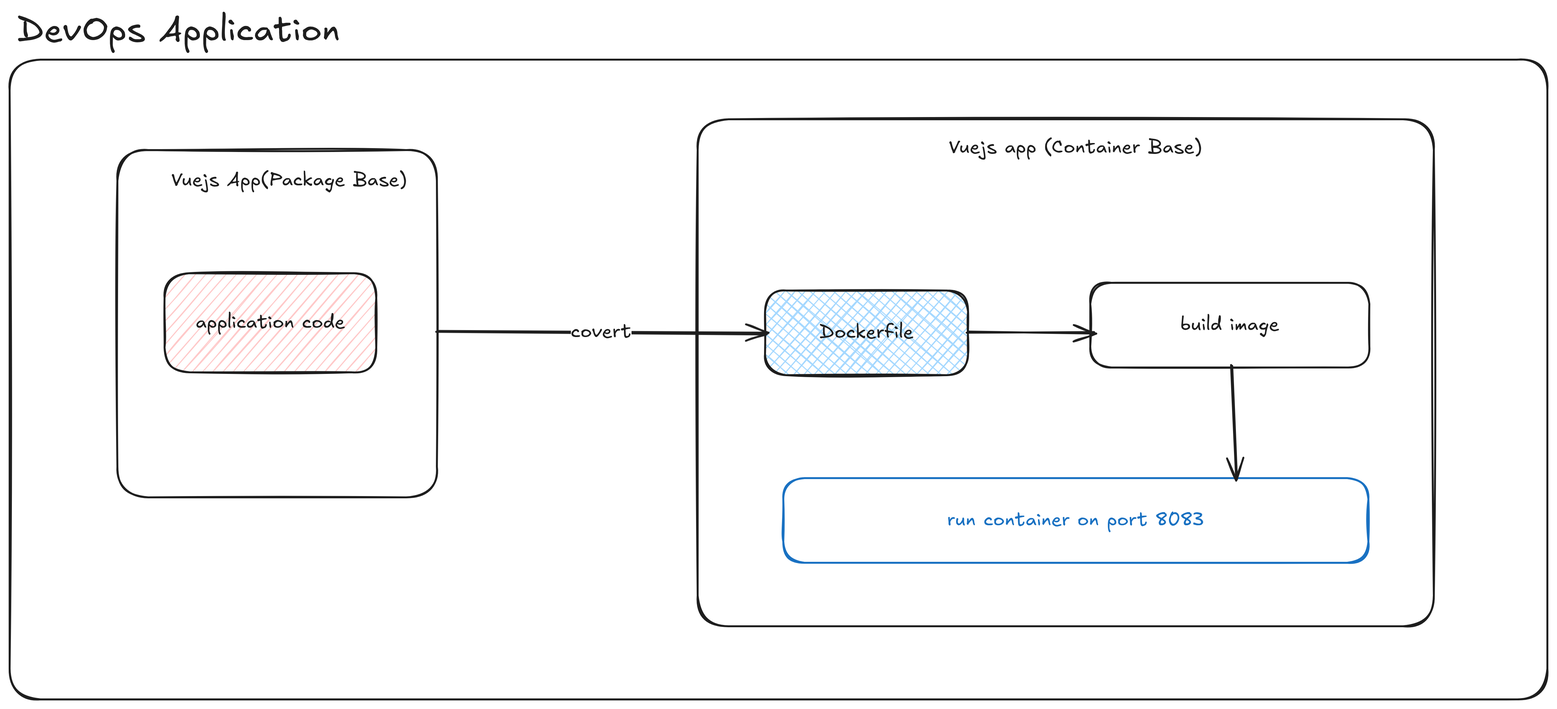
Earlier version of the Excalidraw export public/vuejsapp.png (OmdaMukhtar/vuecontainer). Source tidied: one line per element, renumbered; positions are measured from the earlier drawing's top-left corner, leaving out a move shared by most shapes. The source it was exported from:
```json
{"id": 0, "type": "rectangle", "strokeColor": "#1e1e1e", "backgroundColor": "#ffc9c9", "fillStyle": "hachure", "strokeWidth": 2, "roughness": 1, "round": true, "x": 161, "y": 274, "width": 220, "height": 103}
{"id": 1, "type": "text", "text": "application code", "strokeColor": "#1e1e1e", "strokeWidth": 2, "roughness": 1, "fontSize": 20, "fontFamily": 5, "textAlign": "center", "verticalAlign": "middle", "inside": 0, "x": 193, "y": 313, "width": 155, "height": 25}
{"id": 2, "type": "rectangle", "strokeColor": "#1e1e1e", "strokeWidth": 2, "roughness": 1, "round": true, "x": 112, "y": 146, "width": 332, "height": 361}
{"id": 3, "type": "text", "text": "Vuejs App(Package Base)", "strokeColor": "#1e1e1e", "strokeWidth": 2, "roughness": 1, "fontSize": 20, "fontFamily": 5, "x": 168, "y": 165, "width": 245, "height": 25}
{"id": 4, "type": "rectangle", "strokeColor": "#1e1e1e", "backgroundColor": "#a5d8ff", "fillStyle": "cross-hatch", "strokeWidth": 2, "roughness": 1, "round": true, "x": 785, "y": 292, "width": 211, "height": 88}
{"id": 5, "type": "text", "text": "Dockerfile", "strokeColor": "#1e1e1e", "strokeWidth": 2, "roughness": 1, "fontSize": 20, "fontFamily": 5, "textAlign": "center", "verticalAlign": "middle", "inside": 4, "x": 842, "y": 324, "width": 98, "height": 25}
{"id": 6, "type": "arrow", "strokeColor": "#1e1e1e", "strokeWidth": 2, "roughness": 1, "endArrowhead": "arrow", "round": true, "from": 2, "to": 4, "x": 443, "y": 334, "width": 343, "height": 2, "points": [[0, 0], [343, 2]]}
{"id": 7, "type": "text", "text": "covert", "strokeColor": "#1e1e1e", "strokeWidth": 2, "roughness": 1, "fontSize": 20, "fontFamily": 5, "textAlign": "center", "verticalAlign": "middle", "inside": 6, "x": 588, "y": 321, "width": 63, "height": 25}
{"id": 8, "type": "rectangle", "strokeColor": "#1e1e1e", "strokeWidth": 2, "roughness": 1, "round": true, "x": 1123, "y": 284, "width": 290, "height": 88}
{"id": 9, "type": "text", "text": "build image", "strokeColor": "#1e1e1e", "strokeWidth": 2, "roughness": 1, "fontSize": 20, "fontFamily": 5, "textAlign": "center", "verticalAlign": "middle", "inside": 8, "x": 1216, "y": 316, "width": 103, "height": 25}
{"id": 10, "type": "rectangle", "strokeColor": "#1971c2", "strokeWidth": 2, "roughness": 1, "round": true, "x": 804, "y": 487, "width": 608, "height": 88}
{"id": 11, "type": "text", "text": "run container on port 8083", "strokeColor": "#1971c2", "strokeWidth": 2, "roughness": 1, "fontSize": 20, "fontFamily": 5, "textAlign": "center", "verticalAlign": "middle", "inside": 10, "x": 974, "y": 518, "width": 267, "height": 25}
{"id": 12, "type": "rectangle", "strokeColor": "#1e1e1e", "strokeWidth": 2, "roughness": 1, "round": true, "x": 715, "y": 114, "width": 765, "height": 527}
{"id": 13, "type": "arrow", "strokeColor": "#1e1e1e", "strokeWidth": 2, "roughness": 1, "endArrowhead": "arrow", "round": true, "from": 8, "to": 10, "x": 1270, "y": 370, "width": 5, "height": 119, "points": [[0, 0], [5, 119]]}
{"id": 14, "type": "arrow", "strokeColor": "#1e1e1e", "strokeWidth": 2, "roughness": 1, "endArrowhead": "arrow", "round": true, "from": 4, "to": 8, "x": 995, "y": 336, "width": 133, "height": 1, "points": [[0, 0], [133, -1]]}
{"id": 15, "type": "text", "text": "Vuejs app (Container Base)", "strokeColor": "#1e1e1e", "strokeWidth": 2, "roughness": 1, "fontSize": 20, "fontFamily": 5, "x": 976, "y": 131, "width": 263, "height": 25}
{"id": 16, "type": "rectangle", "strokeColor": "#1e1e1e", "strokeWidth": 2, "roughness": 1, "round": true, "x": 0, "y": 52, "width": 1598, "height": 665}
{"id": 17, "type": "text", "text": "DevOps Application", "strokeColor": "#1e1e1e", "strokeWidth": 2, "roughness": 1, "fontSize": 36, "fontFamily": 5, "x": 8, "y": 0, "width": 382, "height": 45}
```
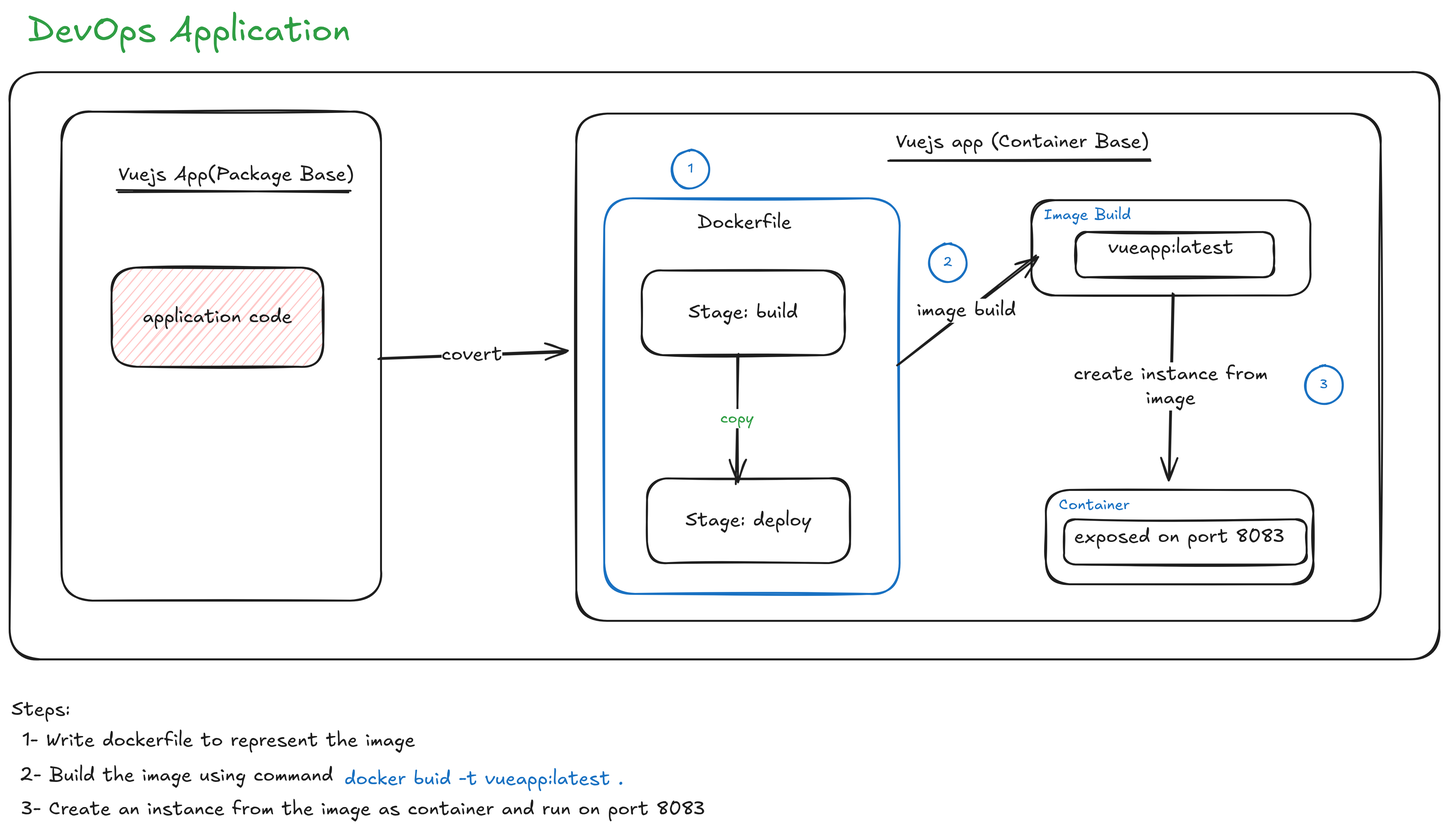
After the change.

Commit message:
change(diagram): update diagram to be more clear by adding intermediate layer for the docker image

What changed in the source:
```diff
@@ -1,18 +1,43 @@
 {"id": 0, "type": "rectangle", "strokeColor": "#1e1e1e", "backgroundColor": "#ffc9c9", "fillStyle": "hachure", "strokeWidth": 2, "roughness": 1, "round": true, "x": 161, "y": 274, "width": 220, "height": 103}
 {"id": 1, "type": "text", "text": "application code", "strokeColor": "#1e1e1e", "strokeWidth": 2, "roughness": 1, "fontSize": 20, "fontFamily": 5, "textAlign": "center", "verticalAlign": "middle", "inside": 0, "x": 193, "y": 313, "width": 155, "height": 25}
-{"id": 2, "type": "rectangle", "strokeColor": "#1e1e1e", "strokeWidth": 2, "roughness": 1, "round": true, "x": 112, "y": 146, "width": 332, "height": 361}
+{"id": 2, "type": "rectangle", "strokeColor": "#1e1e1e", "strokeWidth": 2, "roughness": 1, "round": true, "x": 109, "y": 112, "width": 332, "height": 508}
 {"id": 3, "type": "text", "text": "Vuejs App(Package Base)", "strokeColor": "#1e1e1e", "strokeWidth": 2, "roughness": 1, "fontSize": 20, "fontFamily": 5, "x": 168, "y": 165, "width": 245, "height": 25}
-{"id": 4, "type": "rectangle", "strokeColor": "#1e1e1e", "backgroundColor": "#a5d8ff", "fillStyle": "cross-hatch", "strokeWidth": 2, "roughness": 1, "round": true, "x": 785, "y": 292, "width": 211, "height": 88}
+{"id": 4, "type": "rectangle", "strokeColor": "#1e1e1e", "strokeWidth": 2, "roughness": 1, "round": true, "x": 712, "y": 277, "width": 211, "height": 88}
-{"id": 5, "type": "text", "text": "Dockerfile", "strokeColor": "#1e1e1e", "strokeWidth": 2, "roughness": 1, "fontSize": 20, "fontFamily": 5, "textAlign": "center", "verticalAlign": "middle", "inside": 4, "x": 842, "y": 324, "width": 98, "height": 25}
+{"id": 5, "type": "text", "text": "Stage: build", "strokeColor": "#1e1e1e", "strokeWidth": 2, "roughness": 1, "fontSize": 20, "fontFamily": 5, "textAlign": "center", "verticalAlign": "middle", "inside": 4, "x": 761, "y": 308, "width": 114, "height": 25}
-{"id": 6, "type": "arrow", "strokeColor": "#1e1e1e", "strokeWidth": 2, "roughness": 1, "endArrowhead": "arrow", "round": true, "from": 2, "to": 4, "x": 443, "y": 334, "width": 343, "height": 2, "points": [[0, 0], [343, 2]]}
 {"id": 7, "type": "text", "text": "covert", "strokeColor": "#1e1e1e", "strokeWidth": 2, "roughness": 1, "fontSize": 20, "fontFamily": 5, "textAlign": "center", "verticalAlign": "middle", "inside": 6, "x": 588, "y": 321, "width": 63, "height": 25}
-{"id": 8, "type": "rectangle", "strokeColor": "#1e1e1e", "strokeWidth": 2, "roughness": 1, "round": true, "x": 1123, "y": 284, "width": 290, "height": 88}
+{"id": 8, "type": "rectangle", "strokeColor": "#1e1e1e", "strokeWidth": 2, "roughness": 1, "round": true, "x": 1117, "y": 204, "width": 290, "height": 99}
-{"id": 9, "type": "text", "text": "build image", "strokeColor": "#1e1e1e", "strokeWidth": 2, "roughness": 1, "fontSize": 20, "fontFamily": 5, "textAlign": "center", "verticalAlign": "middle", "inside": 8, "x": 1216, "y": 316, "width": 103, "height": 25}
+{"id": 9, "type": "text", "text": "vueapp:latest", "strokeColor": "#1e1e1e", "strokeWidth": 2, "roughness": 1, "fontSize": 20, "fontFamily": 5, "textAlign": "center", "verticalAlign": "middle", "inside": 8, "x": 1197, "y": 241, "width": 130, "height": 25}
-{"id": 10, "type": "rectangle", "strokeColor": "#1971c2", "strokeWidth": 2, "roughness": 1, "round": true, "x": 804, "y": 487, "width": 608, "height": 88}
+{"id": 10, "type": "rectangle", "strokeColor": "#1e1e1e", "strokeWidth": 2, "roughness": 1, "round": true, "x": 1132, "y": 505, "width": 278, "height": 98}
-{"id": 11, "type": "text", "text": "run container on port 8083", "strokeColor": "#1971c2", "strokeWidth": 2, "roughness": 1, "fontSize": 20, "fontFamily": 5, "textAlign": "center", "verticalAlign": "middle", "inside": 10, "x": 974, "y": 518, "width": 267, "height": 25}
+{"id": 11, "type": "text", "text": "exposed on port 8083", "strokeColor": "#1e1e1e", "strokeWidth": 2, "roughness": 1, "fontSize": 20, "fontFamily": 5, "textAlign": "center", "verticalAlign": "middle", "inside": 10, "x": 1161, "y": 542, "width": 219, "height": 25}
-{"id": 12, "type": "rectangle", "strokeColor": "#1e1e1e", "strokeWidth": 2, "roughness": 1, "round": true, "x": 715, "y": 114, "width": 765, "height": 527}
+{"id": 12, "type": "rectangle", "strokeColor": "#1e1e1e", "strokeWidth": 2, "roughness": 1, "round": true, "x": 644, "y": 114, "width": 836, "height": 527}
-{"id": 13, "type": "arrow", "strokeColor": "#1e1e1e", "strokeWidth": 2, "roughness": 1, "endArrowhead": "arrow", "round": true, "from": 8, "to": 10, "x": 1270, "y": 370, "width": 5, "height": 119, "points": [[0, 0], [5, 119]]}
+{"id": 13, "type": "arrow", "strokeColor": "#1e1e1e", "strokeWidth": 2, "roughness": 1, "endArrowhead": "arrow", "round": true, "from": 8, "to": 10, "x": 1264, "y": 301, "width": 4, "height": 193, "points": [[0, 0], [-4, 193]]}
-{"id": 14, "type": "arrow", "strokeColor": "#1e1e1e", "strokeWidth": 2, "roughness": 1, "endArrowhead": "arrow", "round": true, "from": 4, "to": 8, "x": 995, "y": 336, "width": 133, "height": 1, "points": [[0, 0], [133, -1]]}
+{"id": 18, "type": "text", "text": "create instance from\nimage", "strokeColor": "#1e1e1e", "strokeWidth": 2, "roughness": 1, "fontSize": 20, "fontFamily": 5, "textAlign": "center", "verticalAlign": "middle", "inside": 13, "x": 1163, "y": 373, "width": 202, "height": 50}
 {"id": 15, "type": "text", "text": "Vuejs app (Container Base)", "strokeColor": "#1e1e1e", "strokeWidth": 2, "roughness": 1, "fontSize": 20, "fontFamily": 5, "x": 976, "y": 131, "width": 263, "height": 25}
-{"id": 16, "type": "rectangle", "strokeColor": "#1e1e1e", "strokeWidth": 2, "roughness": 1, "round": true, "x": 0, "y": 52, "width": 1598, "height": 665}
+{"id": 16, "type": "rectangle", "strokeColor": "#1e1e1e", "strokeWidth": 2, "roughness": 1, "round": true, "x": 55, "y": 71, "width": 1486, "height": 610}
-{"id": 17, "type": "text", "text": "DevOps Application", "strokeColor": "#1e1e1e", "strokeWidth": 2, "roughness": 1, "fontSize": 36, "fontFamily": 5, "x": 8, "y": 0, "width": 382, "height": 45}
+{"id": 17, "type": "text", "text": "DevOps Application", "strokeColor": "#2f9e44", "strokeWidth": 2, "roughness": 1, "fontSize": 36, "fontFamily": 5, "x": 74, "y": 6, "width": 382, "height": 45}
+{"id": 19, "type": "rectangle", "strokeColor": "#1971c2", "strokeWidth": 2, "roughness": 1, "round": true, "x": 673, "y": 202, "width": 307, "height": 411}
+{"id": 6, "type": "arrow", "strokeColor": "#1e1e1e", "strokeWidth": 2, "roughness": 1, "endArrowhead": "arrow", "round": true, "from": 2, "to": 12, "x": 438, "y": 368, "width": 195, "height": 7, "points": [[0, 0], [195, -7]]}
+{"id": 14, "type": "arrow", "strokeColor": "#1e1e1e", "strokeWidth": 2, "roughness": 1, "endArrowhead": "arrow", "round": true, "from": 19, "to": 8, "x": 977, "y": 376, "width": 145, "height": 115, "points": [[0, 0], [145, -115]]}
+{"id": 20, "type": "text", "text": "image build", "strokeColor": "#1e1e1e", "strokeWidth": 2, "roughness": 1, "fontSize": 20, "fontFamily": 5, "textAlign": "center", "verticalAlign": "middle", "inside": 14, "x": 998, "y": 306, "width": 103, "height": 25}
+{"id": 21, "type": "text", "text": "Dockerfile", "strokeColor": "#1e1e1e", "strokeWidth": 2, "roughness": 1, "fontSize": 20, "fontFamily": 5, "x": 770, "y": 215, "width": 98, "height": 25}
+{"id": 22, "type": "rectangle", "strokeColor": "#1e1e1e", "strokeWidth": 2, "roughness": 1, "round": true, "x": 718, "y": 493, "width": 211, "height": 88}
+{"id": 23, "type": "text", "text": "Stage: deploy", "strokeColor": "#1e1e1e", "strokeWidth": 2, "roughness": 1, "fontSize": 20, "fontFamily": 5, "textAlign": "center", "verticalAlign": "middle", "inside": 22, "x": 758, "y": 524, "width": 131, "height": 25}
+{"id": 24, "type": "ellipse", "strokeColor": "#1971c2", "strokeWidth": 2, "roughness": 1, "round": true, "x": 743, "y": 152, "width": 39, "height": 40}
+{"id": 25, "type": "text", "text": "1", "strokeColor": "#1971c2", "strokeWidth": 2, "roughness": 1, "fontSize": 13.75, "fontFamily": 5, "textAlign": "center", "verticalAlign": "middle", "inside": 24, "x": 760, "y": 163, "width": 6, "height": 17}
+{"id": 26, "type": "ellipse", "strokeColor": "#1971c2", "strokeWidth": 2, "roughness": 1, "round": true, "x": 1010, "y": 249, "width": 39, "height": 40}
+{"id": 27, "type": "text", "text": "2", "strokeColor": "#1971c2", "strokeWidth": 2, "roughness": 1, "fontSize": 13.75, "fontFamily": 5, "textAlign": "center", "verticalAlign": "middle", "inside": 26, "x": 1025, "y": 260, "width": 10, "height": 17}
+{"id": 28, "type": "ellipse", "strokeColor": "#1971c2", "strokeWidth": 2, "roughness": 1, "round": true, "x": 1402, "y": 376, "width": 39, "height": 40}
+{"id": 29, "type": "text", "text": "3", "strokeColor": "#1971c2", "strokeWidth": 2, "roughness": 1, "fontSize": 13.75, "fontFamily": 5, "textAlign": "center", "verticalAlign": "middle", "inside": 28, "x": 1417, "y": 387, "width": 8, "height": 17}
+{"id": 30, "type": "text", "text": "1- Write dockerfile to represent the image", "strokeColor": "#1e1e1e", "strokeWidth": 2, "roughness": 1, "fontSize": 20, "fontFamily": 5, "x": 68, "y": 753, "width": 408, "height": 25}
+{"id": 31, "type": "text", "text": "2- Build the image using command", "strokeColor": "#1e1e1e", "strokeWidth": 2, "roughness": 1, "fontSize": 20, "fontFamily": 5, "x": 66, "y": 790, "width": 326, "height": 25}
+{"id": 32, "type": "text", "text": "Steps:", "strokeColor": "#1e1e1e", "strokeWidth": 2, "roughness": 1, "fontSize": 20, "fontFamily": 5, "x": 57, "y": 721, "width": 61, "height": 25}
+{"id": 33, "type": "text", "text": "docker buid -t vueapp:latest .", "strokeColor": "#1971c2", "strokeWidth": 2, "roughness": 1, "fontSize": 20, "fontFamily": 5, "x": 403, "y": 793, "width": 290, "height": 25}
+{"id": 34, "type": "text", "text": "3- Create an instance from the image as container and run on port 8083", "strokeColor": "#1e1e1e", "strokeWidth": 2, "roughness": 1, "fontSize": 20, "fontFamily": 5, "x": 67, "y": 824, "width": 711, "height": 25}
+{"id": 35, "type": "text", "text": "Image Build", "strokeColor": "#1971c2", "strokeWidth": 2, "roughness": 1, "fontSize": 16, "fontFamily": 5, "x": 1130, "y": 210, "width": 91, "height": 20}
+{"id": 36, "type": "text", "text": "Container", "strokeColor": "#1971c2", "strokeWidth": 2, "roughness": 1, "fontSize": 16, "fontFamily": 5, "x": 1145, "y": 511, "width": 74, "height": 20}
+{"id": 37, "type": "rectangle", "strokeColor": "#1e1e1e", "strokeWidth": 2, "roughness": 1, "round": true, "x": 1163, "y": 237, "width": 206, "height": 47}
+{"id": 38, "type": "rectangle", "strokeColor": "#1e1e1e", "strokeWidth": 2, "roughness": 1, "round": true, "x": 1151, "y": 536, "width": 252, "height": 47}
+{"id": 39, "type": "line", "strokeColor": "#1e1e1e", "strokeWidth": 2, "roughness": 1, "round": true, "x": 969, "y": 162, "width": 271, "height": 0, "points": [[0, 0], [271, 0]]}
+{"id": 40, "type": "line", "strokeColor": "#1e1e1e", "strokeWidth": 2, "roughness": 1, "round": true, "x": 167, "y": 194, "width": 241, "height": 1, "points": [[0, 0], [241, 1]]}
+{"id": 41, "type": "arrow", "strokeColor": "#1e1e1e", "strokeWidth": 2, "roughness": 1, "endArrowhead": "arrow", "round": true, "from": 4, "to": 22, "x": 812, "y": 364, "width": 2, "height": 134, "points": [[0, 0], [-2, 134]]}
+{"id": 42, "type": "text", "text": "copy", "strokeColor": "#2f9e44", "strokeWidth": 2, "roughness": 1, "fontSize": 16, "fontFamily": 5, "textAlign": "center", "verticalAlign": "middle", "inside": 41, "x": 793, "y": 420, "width": 35, "height": 20}
```
